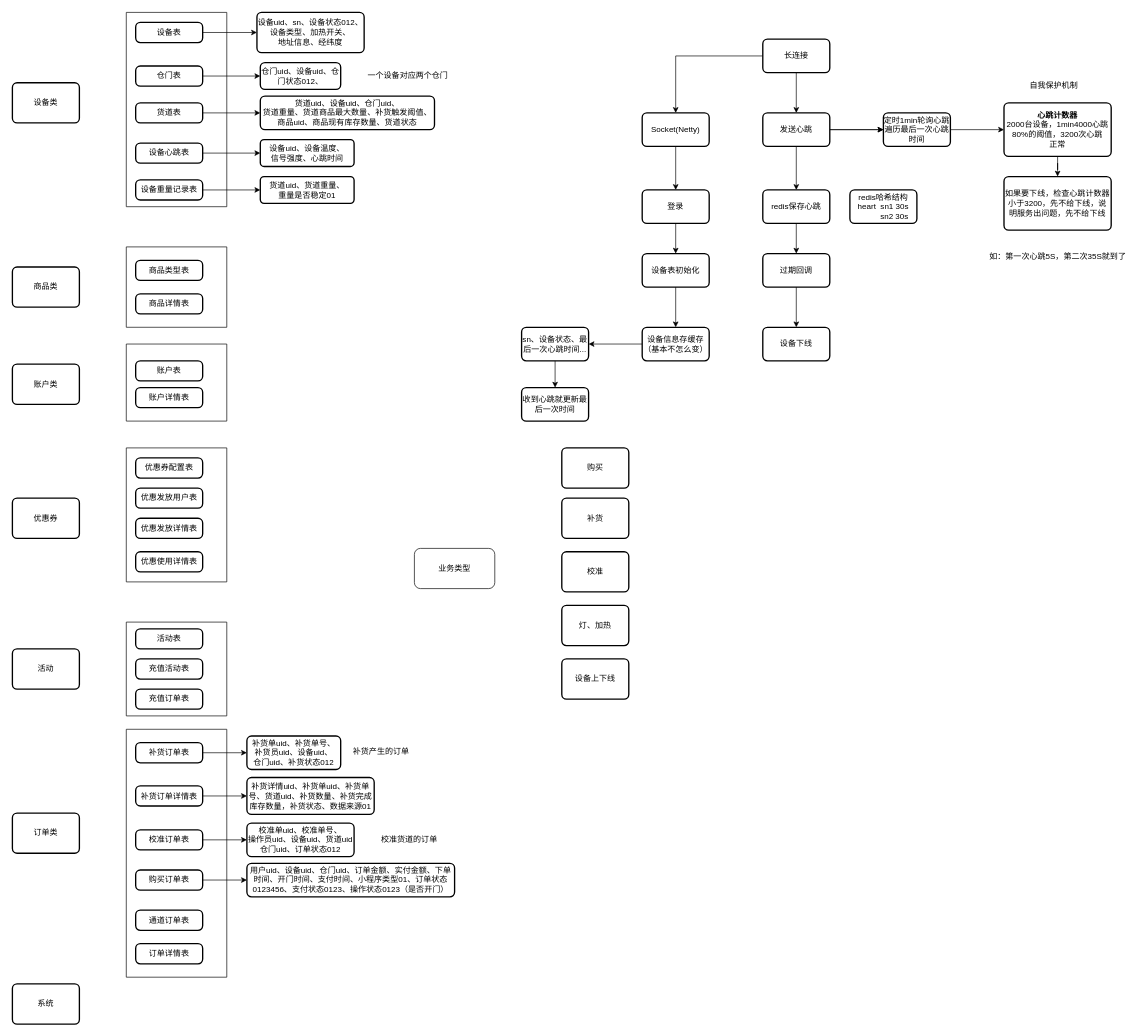
This is page "数据库设计" (2 of 6) of 货柜业务流程.drawio from lukelhi/note, a draw.io file, before an edit. Source tidied: cells renumbered, new cells numbered last; positions are measured from the earlier drawing's top-left corner, leaving out a move shared by most shapes. Both pictures are drawn from the tidied source at 67%, with x=0, y=0 at pixel (12, 12).
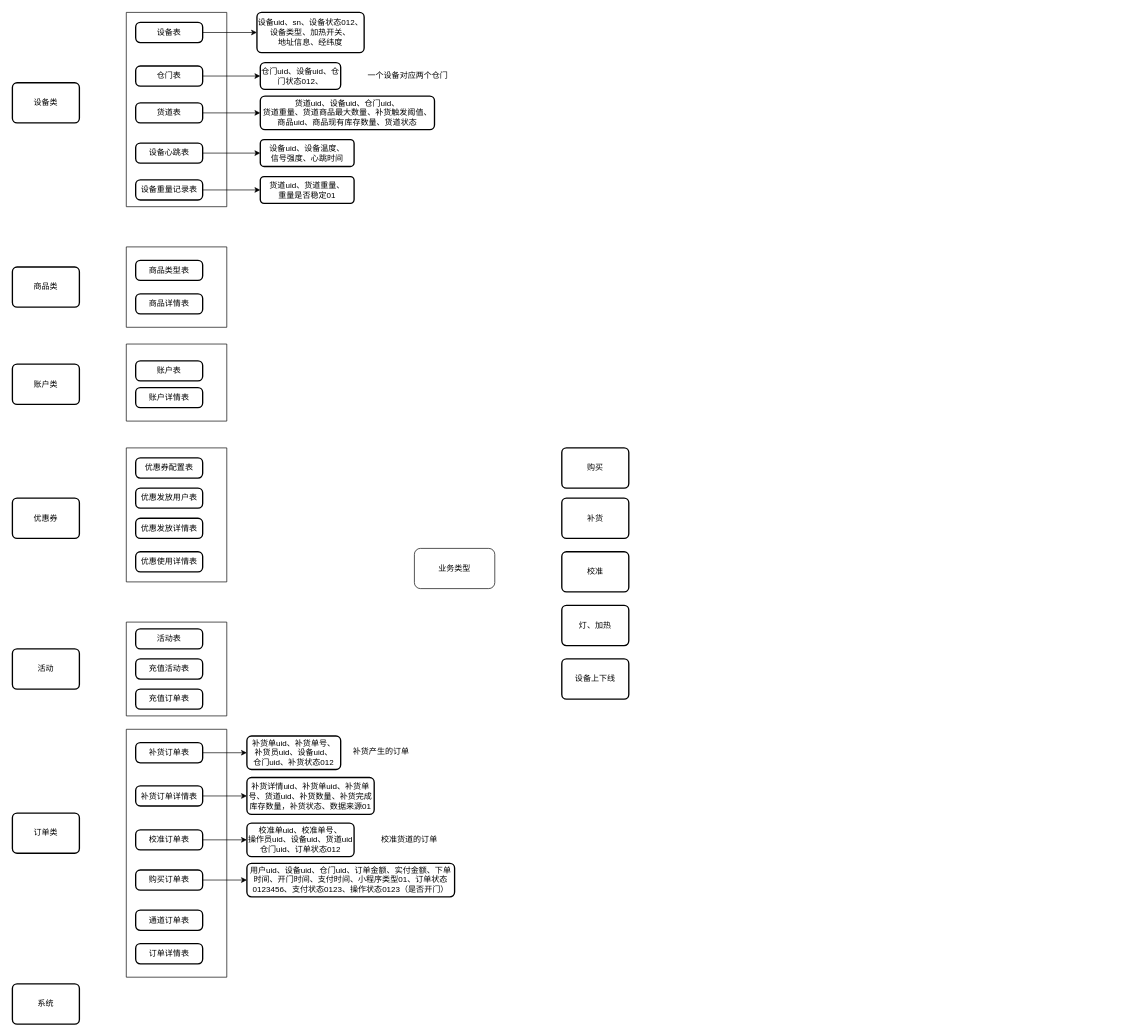
Above is the later version.

Commit message:
货柜业务流程.drawio

Diff of the diagram source:
```diff
@@
-    <mxCell id="22" style="edgeStyle=orthogonalEdgeStyle;rounded=0;jettySize=auto;html=1;" parent="1" edge="1" source="24" target="26">
-      <mxGeometry relative="1" as="geometry" />
-    </mxCell>
-    <mxCell id="23" style="edgeStyle=orthogonalEdgeStyle;rounded=0;jettySize=auto;html=1;" parent="1" edge="1" source="24" target="72">
-      <mxGeometry relative="1" as="geometry" />
-    </mxCell>
-    <mxCell id="24" value="长连接" style="rounded=1;whiteSpace=wrap;html=1;absoluteArcSize=1;arcSize=14;strokeWidth=2;" parent="1" vertex="1">
-      <mxGeometry x="1120" y="40" width="100" height="50" as="geometry" />
-    </mxCell>
-    <mxCell id="25" style="edgeStyle=orthogonalEdgeStyle;rounded=0;jettySize=auto;html=1;" parent="1" edge="1" source="26" target="28">
-      <mxGeometry relative="1" as="geometry" />
-    </mxCell>
-    <mxCell id="26" value="Socket(Netty)" style="rounded=1;whiteSpace=wrap;html=1;absoluteArcSize=1;arcSize=14;strokeWidth=2;" parent="1" vertex="1">
-      <mxGeometry x="940" y="150" width="100" height="50" as="geometry" />
-    </mxCell>
-    <mxCell id="27" style="edgeStyle=orthogonalEdgeStyle;rounded=0;jettySize=auto;html=1;" parent="1" edge="1" source="28" target="30">
-      <mxGeometry relative="1" as="geometry" />
-    </mxCell>
-    <mxCell id="28" value="登录" style="rounded=1;whiteSpace=wrap;html=1;absoluteArcSize=1;arcSize=14;strokeWidth=2;" parent="1" vertex="1">
-      <mxGeometry x="940" y="265" width="100" height="50" as="geometry" />
-    </mxCell>
-    <mxCell id="29" style="edgeStyle=orthogonalEdgeStyle;rounded=0;jettySize=auto;html=1;" parent="1" edge="1" source="30" target="32">
-      <mxGeometry relative="1" as="geometry" />
-    </mxCell>
-    <mxCell id="30" value="设备表初始化" style="rounded=1;whiteSpace=wrap;html=1;absoluteArcSize=1;arcSize=14;strokeWidth=2;" parent="1" vertex="1">
-      <mxGeometry x="940" y="360" width="100" height="50" as="geometry" />
-    </mxCell>
-    <mxCell id="31" style="edgeStyle=orthogonalEdgeStyle;rounded=0;jettySize=auto;html=1;" parent="1" edge="1" source="32" target="80">
-      <mxGeometry relative="1" as="geometry" />
-    </mxCell>
-    <mxCell id="32" value="设备信息存缓存&lt;div&gt;（基本不怎么变）&lt;/div&gt;" style="rounded=1;whiteSpace=wrap;html=1;absoluteArcSize=1;arcSize=14;strokeWidth=2;" parent="1" vertex="1">
-      <mxGeometry x="940" y="470" width="100" height="50" as="geometry" />
-    </mxCell>
@@
-    <mxCell id="69" style="edgeStyle=orthogonalEdgeStyle;rounded=0;jettySize=auto;html=1;" parent="1" edge="1" source="72" target="74">
-      <mxGeometry relative="1" as="geometry" />
-    </mxCell>
-    <mxCell id="70" style="edgeStyle=orthogonalEdgeStyle;rounded=0;jettySize=auto;html=1;" parent="1" edge="1" source="72" target="82">
-      <mxGeometry relative="1" as="geometry" />
-    </mxCell>
-    <mxCell id="71" style="edgeStyle=orthogonalEdgeStyle;rounded=0;jettySize=auto;html=1;" parent="1" edge="1" source="72" target="82">
-      <mxGeometry relative="1" as="geometry" />
-    </mxCell>
-    <mxCell id="72" value="发送心跳" style="rounded=1;whiteSpace=wrap;html=1;absoluteArcSize=1;arcSize=14;strokeWidth=2;" parent="1" vertex="1">
-      <mxGeometry x="1120" y="150" width="100" height="50" as="geometry" />
-    </mxCell>
-    <mxCell id="73" style="edgeStyle=orthogonalEdgeStyle;rounded=0;jettySize=auto;html=1;" parent="1" edge="1" source="74" target="77">
-      <mxGeometry relative="1" as="geometry" />
-    </mxCell>
-    <mxCell id="74" value="redis保存心跳" style="rounded=1;whiteSpace=wrap;html=1;absoluteArcSize=1;arcSize=14;strokeWidth=2;" parent="1" vertex="1">
-      <mxGeometry x="1120" y="265" width="100" height="50" as="geometry" />
-    </mxCell>
-    <mxCell id="75" value="&lt;div&gt;redis哈希结构&lt;/div&gt;heart&amp;nbsp; sn1 30s&lt;div&gt;&amp;nbsp; &amp;nbsp; &amp;nbsp; &amp;nbsp; &amp;nbsp; sn2 30s&lt;/div&gt;" style="rounded=1;whiteSpace=wrap;html=1;absoluteArcSize=1;arcSize=14;strokeWidth=2;" parent="1" vertex="1">
-      <mxGeometry x="1250" y="265" width="100" height="50" as="geometry" />
-    </mxCell>
-    <mxCell id="76" style="edgeStyle=orthogonalEdgeStyle;rounded=0;jettySize=auto;html=1;" parent="1" edge="1" source="77" target="78">
-      <mxGeometry relative="1" as="geometry" />
-    </mxCell>
-    <mxCell id="77" value="过期回调" style="rounded=1;whiteSpace=wrap;html=1;absoluteArcSize=1;arcSize=14;strokeWidth=2;" parent="1" vertex="1">
-      <mxGeometry x="1120" y="360" width="100" height="50" as="geometry" />
-    </mxCell>
-    <mxCell id="78" value="设备下线" style="rounded=1;whiteSpace=wrap;html=1;absoluteArcSize=1;arcSize=14;strokeWidth=2;" parent="1" vertex="1">
-      <mxGeometry x="1120" y="470" width="100" height="50" as="geometry" />
-    </mxCell>
-    <mxCell id="79" style="edgeStyle=orthogonalEdgeStyle;rounded=0;jettySize=auto;html=1;" parent="1" edge="1" source="80" target="83">
-      <mxGeometry relative="1" as="geometry" />
-    </mxCell>
-    <mxCell id="80" value="sn、设备状态、最后一次心跳时间..." style="rounded=1;whiteSpace=wrap;html=1;absoluteArcSize=1;arcSize=14;strokeWidth=2;" parent="1" vertex="1">
-      <mxGeometry x="760" y="470" width="100" height="50" as="geometry" />
-    </mxCell>
-    <mxCell id="81" style="edgeStyle=orthogonalEdgeStyle;rounded=0;jettySize=auto;html=1;" parent="1" edge="1" source="82" target="85">
-      <mxGeometry relative="1" as="geometry" />
-    </mxCell>
-    <mxCell id="82" value="定时1min轮询心跳&lt;div&gt;遍历最后一次心跳时间&lt;/div&gt;" style="rounded=1;whiteSpace=wrap;html=1;absoluteArcSize=1;arcSize=14;strokeWidth=2;" parent="1" vertex="1">
-      <mxGeometry x="1300" y="150" width="100" height="50" as="geometry" />
-    </mxCell>
-    <mxCell id="83" value="收到心跳就更新最后一次时间" style="rounded=1;whiteSpace=wrap;html=1;absoluteArcSize=1;arcSize=14;strokeWidth=2;" parent="1" vertex="1">
-      <mxGeometry x="760" y="560" width="100" height="50" as="geometry" />
-    </mxCell>
-    <mxCell id="84" style="edgeStyle=orthogonalEdgeStyle;rounded=0;jettySize=auto;html=1;" parent="1" edge="1" source="85" target="86">
-      <mxGeometry relative="1" as="geometry" />
-    </mxCell>
-    <mxCell id="85" value="&lt;b&gt;心跳计数器&lt;/b&gt;&lt;div&gt;2000台设备，1min&lt;span style=&quot;background-color: initial;&quot;&gt;4000心跳&lt;/span&gt;&lt;/div&gt;&lt;div&gt;80%的阈值，3200次心跳&lt;/div&gt;&lt;div&gt;正常&lt;/div&gt;" style="rounded=1;whiteSpace=wrap;html=1;absoluteArcSize=1;arcSize=14;strokeWidth=2;" parent="1" vertex="1">
-      <mxGeometry x="1480" y="135" width="160" height="80" as="geometry" />
-    </mxCell>
-    <mxCell id="86" value="如果要下线，检查心跳计数器小于3200，先不给下线，说明服务出问题，先不给下线" style="rounded=1;whiteSpace=wrap;html=1;absoluteArcSize=1;arcSize=14;strokeWidth=2;" parent="1" vertex="1">
-      <mxGeometry x="1480" y="245" width="160" height="80" as="geometry" />
-    </mxCell>
-    <mxCell id="87" value="自我保护机制" style="text;html=1;align=center;verticalAlign=middle;strokeColor=none;fillColor=none;" parent="1" vertex="1">
-      <mxGeometry x="1504" y="95" width="100" height="30" as="geometry" />
-    </mxCell>
-    <mxCell id="88" value="如：第一次心跳5S，第二次35S就到了" style="text;html=1;align=center;verticalAlign=middle;strokeColor=none;fillColor=none;" parent="1" vertex="1">
-      <mxGeometry x="1445" y="350" width="230" height="30" as="geometry" />
-    </mxCell>
```
